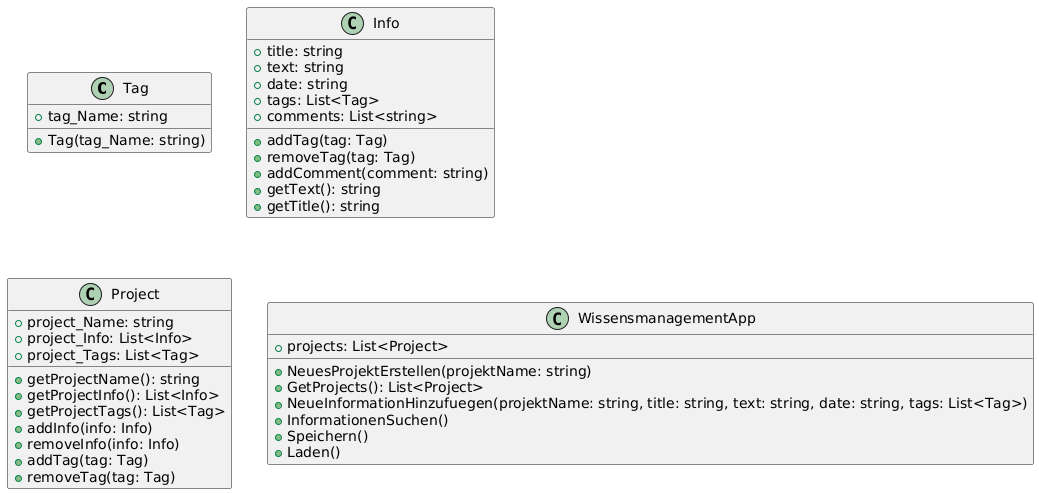
domirohner/wissensmanagement keeps this PlantUML diagram as doc/Classdiagram_New.png. Above is the earlier version. Source of this version:
```plantuml
@startuml
class Tag {
    +tag_Name: string
    +Tag(tag_Name: string)
}

class Info {
    +title: string
    +text: string
    +date: string
    +tags: List<Tag>
    +comments: List<string>
    +addTag(tag: Tag)
    +removeTag(tag: Tag)
    +addComment(comment: string)
    +getText(): string
    +getTitle(): string
}

class Project {
    +project_Name: string
    +project_Info: List<Info>
    +project_Tags: List<Tag>
    +getProjectName(): string
    +getProjectInfo(): List<Info>
    +getProjectTags(): List<Tag>
    +addInfo(info: Info)
    +removeInfo(info: Info)
    +addTag(tag: Tag)
    +removeTag(tag: Tag)
}

class WissensmanagementApp {
    +projects: List<Project>
    +NeuesProjektErstellen(projektName: string)
    +GetProjects(): List<Project>
    +NeueInformationHinzufuegen(projektName: string, title: string, text: string, date: string, tags: List<Tag>)
    +InformationenSuchen()
    +Speichern()
    +Laden()
}
@enduml
```
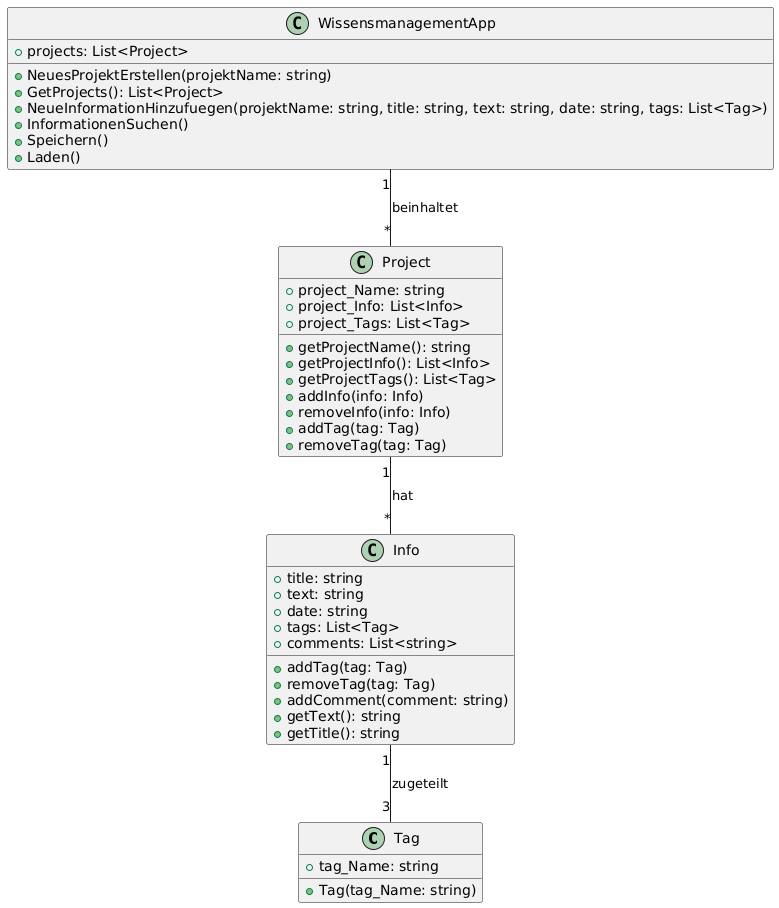
Later version of the same file.

The edit, as a diff of the source:
```diff
@@ -39,4 +39,8 @@
     +Speichern()
     +Laden()
 }
+
+WissensmanagementApp "1" -- "*" Project : beinhaltet
+Project "1" -- "*" Info : hat
+Info "1" -- "3" Tag : zugeteilt
 @enduml
```
